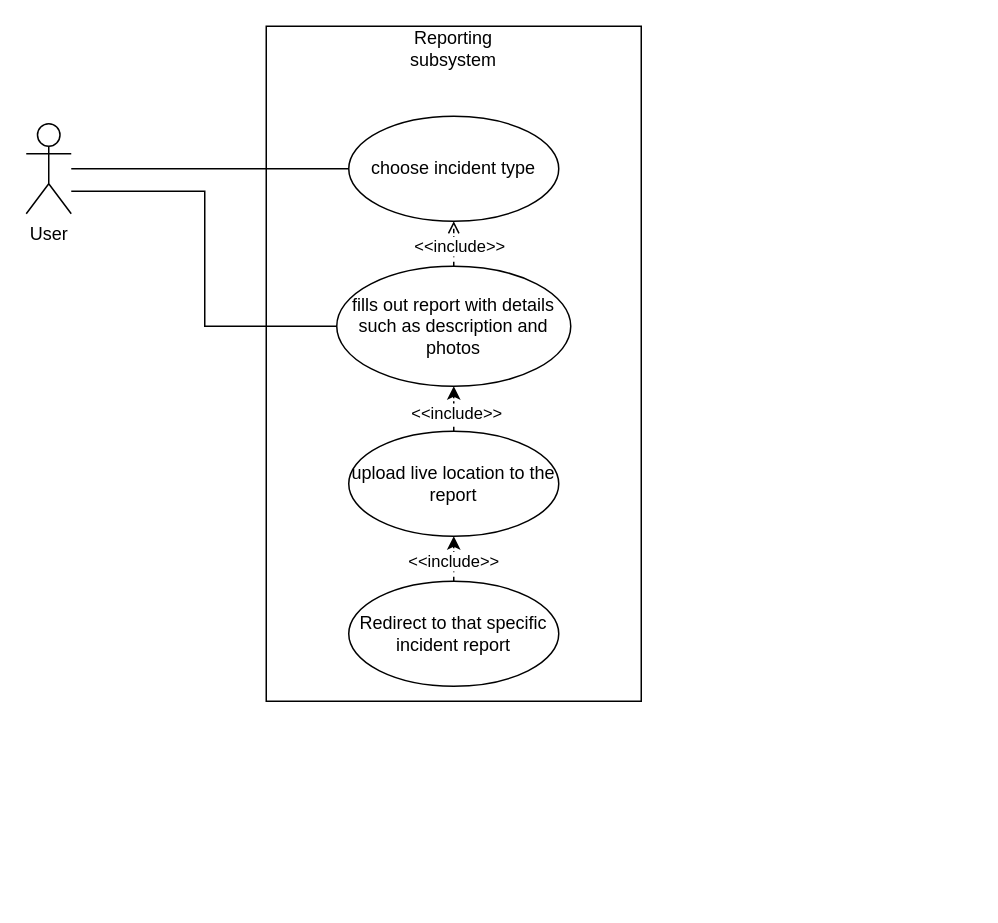
Kari19/D1 keeps this draw.io diagram as Reporting.drawio. Above is the earlier version. Source tidied: cells renumbered, new cells numbered last; positions are measured from the earlier drawing's top-left corner, leaving out a move shared by most shapes. Both pictures are drawn from the tidied source at 150%, with x=0, y=0 at pixel (26, 26).
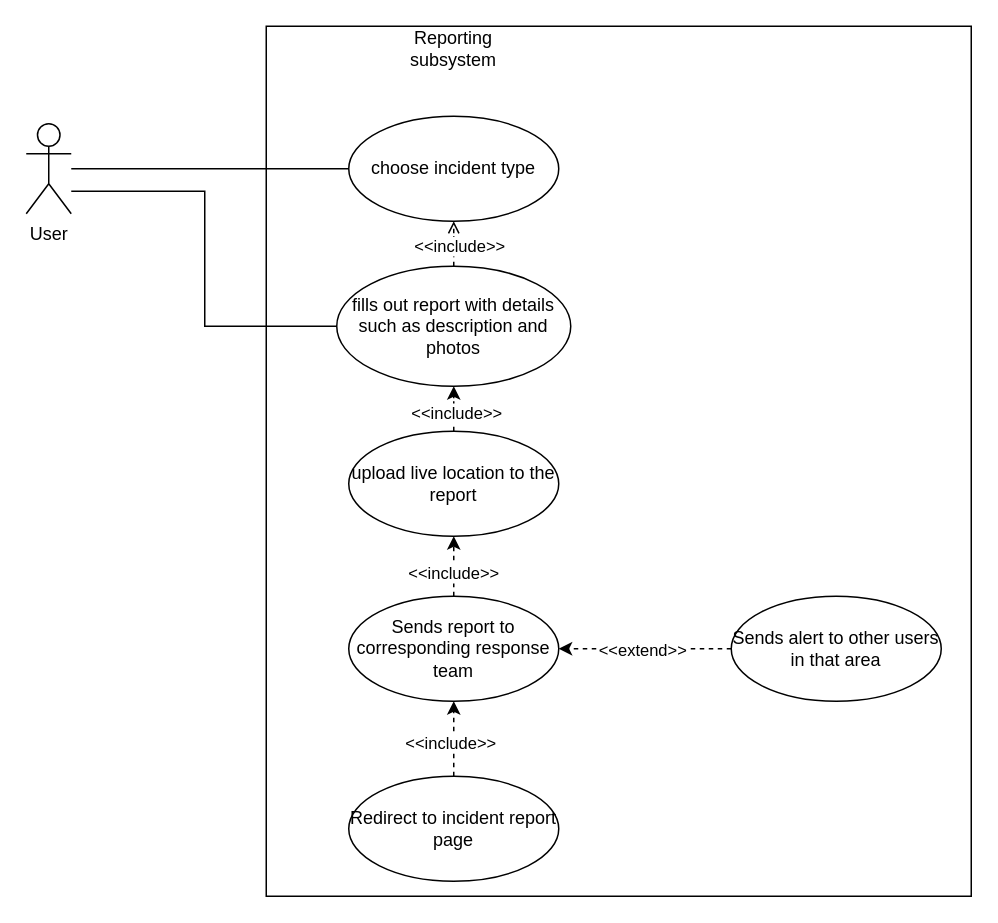
The same page after the edit.

The change refers to these unchanged cells:
```xml
<mxCell id="12" value="upload live location to the report" style="ellipse;whiteSpace=wrap;html=1;" parent="1" vertex="1">
  <mxGeometry x="215" y="270" width="140" height="70" as="geometry" />
</mxCell>
```

Diff of the diagram source:
```diff
@@
     <mxCell id="2" style="rounded=0;whiteSpace=wrap;html=1;" parent="1" vertex="1">
-      <mxGeometry x="160" width="250" height="450" as="geometry" />
+      <mxGeometry x="160" width="470" height="580" as="geometry" />
     </mxCell>
@@
-    <mxCell id="13" style="edgeStyle=orthogonalEdgeStyle;rounded=0;jettySize=auto;html=1;dashed=1;" parent="1" edge="1" source="15" target="12">
-      <mxGeometry relative="1" as="geometry" />
-    </mxCell>
-    <mxCell id="14" value="&amp;lt;&amp;lt;include&amp;gt;&amp;gt;" style="edgeLabel;html=1;align=center;verticalAlign=middle;" parent="13" vertex="1">
-      <mxGeometry x="0.36" y="1" relative="1" as="geometry" />
-    </mxCell>
-    <mxCell id="15" value="Redirect to that specific incident report" style="ellipse;whiteSpace=wrap;html=1;" parent="1" vertex="1">
-      <mxGeometry x="215" y="370" width="140" height="70" as="geometry" />
-    </mxCell>
@@
+    <mxCell id="17" style="edgeStyle=orthogonalEdgeStyle;rounded=0;jettySize=auto;html=1;dashed=1;" parent="1" edge="1" source="19" target="12">
+      <mxGeometry relative="1" as="geometry" />
+    </mxCell>
+    <mxCell id="18" value="&amp;lt;&amp;lt;include&amp;gt;&amp;gt;" style="edgeLabel;html=1;align=center;verticalAlign=middle;" parent="17" vertex="1">
+      <mxGeometry x="-0.2" y="1" relative="1" as="geometry" />
+    </mxCell>
+    <mxCell id="19" value="Sends report to corresponding response team" style="ellipse;whiteSpace=wrap;html=1;" parent="1" vertex="1">
+      <mxGeometry x="215" y="380" width="140" height="70" as="geometry" />
+    </mxCell>
+    <mxCell id="20" style="edgeStyle=orthogonalEdgeStyle;rounded=0;jettySize=auto;html=1;dashed=1;" parent="1" edge="1" source="22" target="19">
+      <mxGeometry relative="1" as="geometry" />
+    </mxCell>
+    <mxCell id="21" value="&amp;lt;&amp;lt;extend&amp;gt;&amp;gt;" style="edgeLabel;html=1;align=center;verticalAlign=middle;" parent="20" vertex="1">
+      <mxGeometry x="0.35" relative="1" as="geometry">
+        <mxPoint x="18" as="offset" />
+      </mxGeometry>
+    </mxCell>
+    <mxCell id="22" value="Sends alert to other users in that area" style="ellipse;whiteSpace=wrap;html=1;" parent="1" vertex="1">
+      <mxGeometry x="470" y="380" width="140" height="70" as="geometry" />
+    </mxCell>
+    <mxCell id="23" style="edgeStyle=orthogonalEdgeStyle;rounded=0;jettySize=auto;html=1;dashed=1;" parent="1" edge="1" source="25" target="19">
+      <mxGeometry relative="1" as="geometry" />
+    </mxCell>
+    <mxCell id="24" value="&amp;lt;&amp;lt;include&amp;gt;&amp;gt;" style="edgeLabel;html=1;align=center;verticalAlign=middle;" parent="23" vertex="1">
+      <mxGeometry x="-0.08" y="3" relative="1" as="geometry" />
+    </mxCell>
+    <mxCell id="25" value="Redirect to incident report page" style="ellipse;whiteSpace=wrap;html=1;" parent="1" vertex="1">
+      <mxGeometry x="215" y="500" width="140" height="70" as="geometry" />
+    </mxCell>
```
